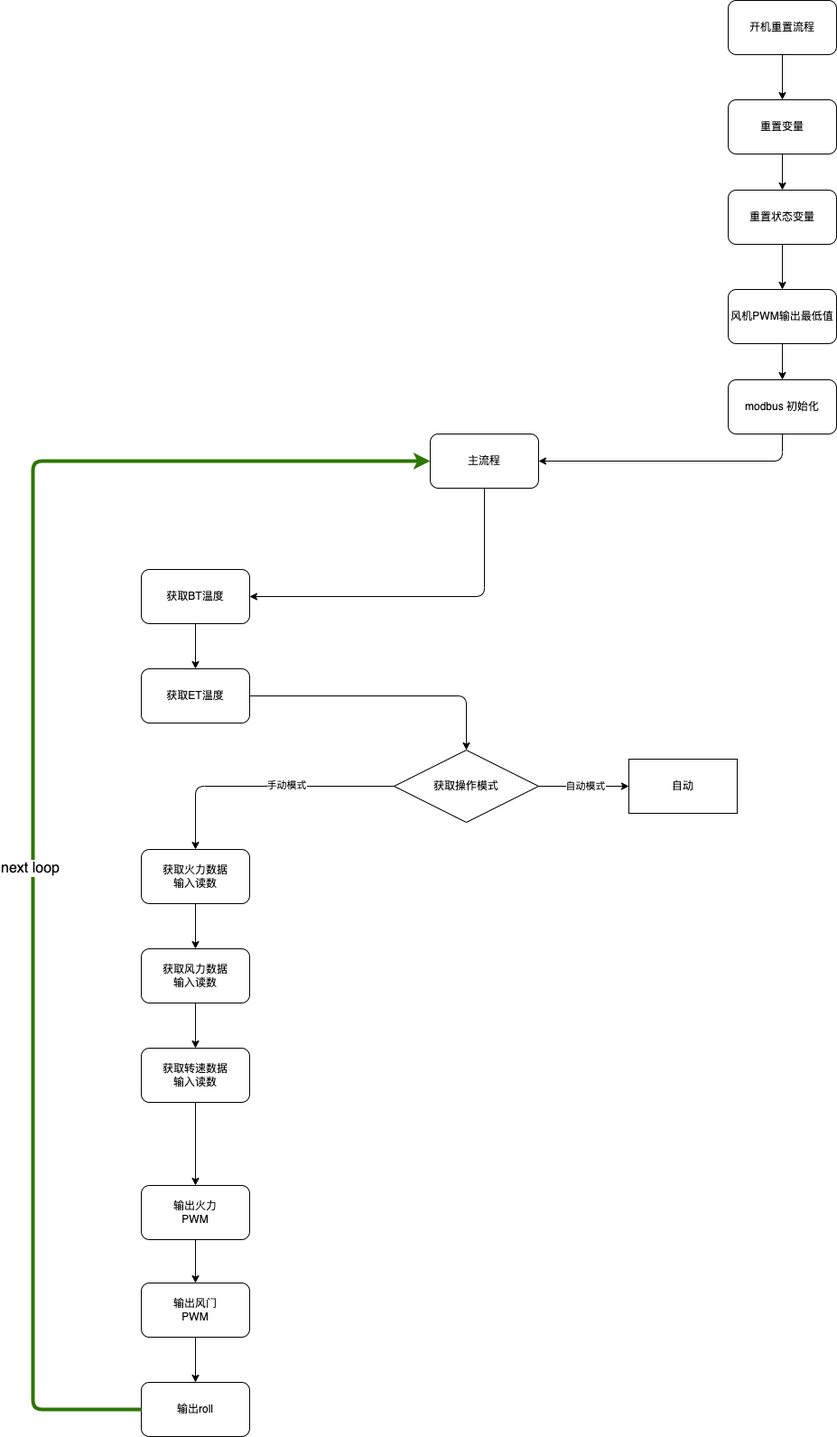
Earlier version of the draw.io export 流程图-参考资料/workfolw.drawio.png (sakunamary/Roaster_s7-200). Source tidied: cells renumbered, new cells last; positions are measured from the earlier drawing's top-left corner, leaving out a move shared by most shapes.
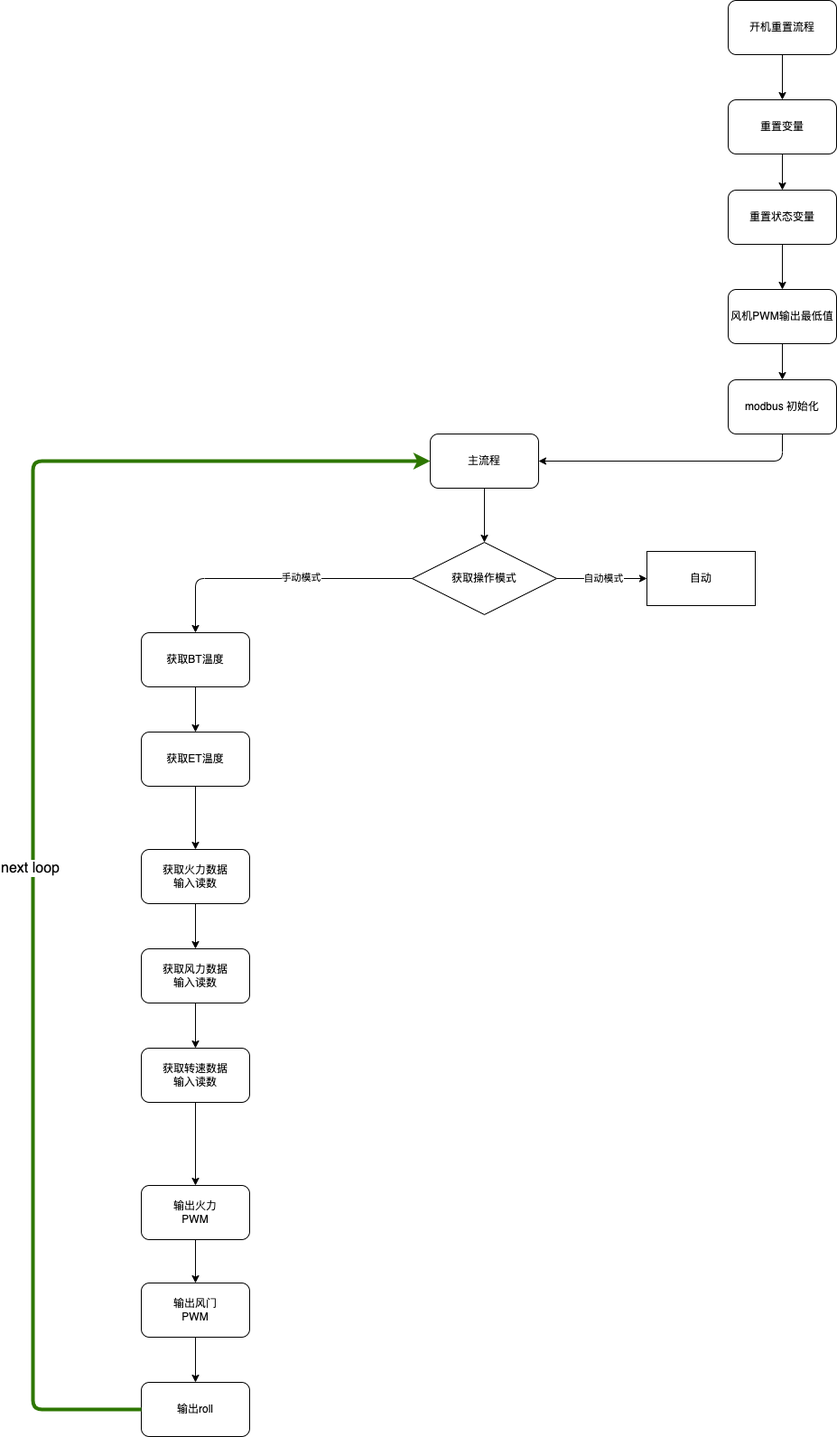
After the change.

Change to the diagram source:
```diff
@@ -31,10 +31,10 @@
       <mxGeometry x="770" y="320" width="120" height="60" as="geometry" />
     </mxCell>
     <mxCell id="10" value="获取BT温度" style="whiteSpace=wrap;html=1;rounded=1;" parent="1" vertex="1">
-      <mxGeometry x="120" y="630" width="120" height="60" as="geometry" />
+      <mxGeometry x="120" y="700" width="120" height="60" as="geometry" />
     </mxCell>
     <mxCell id="11" value="获取ET温度" style="whiteSpace=wrap;html=1;rounded=1;" parent="1" vertex="1">
-      <mxGeometry x="120" y="740" width="120" height="60" as="geometry" />
+      <mxGeometry x="120" y="810" width="120" height="60" as="geometry" />
     </mxCell>
     <mxCell id="12" style="edgeStyle=none;html=1;" parent="1" edge="1" source="13" target="26">
       <mxGeometry relative="1" as="geometry" />
@@ -42,39 +42,32 @@
     <mxCell id="13" value="获取火力数据&lt;br&gt;输入读数" style="whiteSpace=wrap;html=1;rounded=1;" parent="1" vertex="1">
       <mxGeometry x="120" y="940" width="120" height="60" as="geometry" />
     </mxCell>
-    <mxCell id="14" style="edgeStyle=none;jumpSize=10;html=1;strokeWidth=1;" parent="1" edge="1" source="16" target="36">
+    <mxCell id="14" style="edgeStyle=none;jumpSize=10;html=1;strokeWidth=1;exitX=1;exitY=0.5;exitDx=0;exitDy=0;" parent="1" edge="1" source="16" target="36">
       <mxGeometry relative="1" as="geometry" />
     </mxCell>
     <mxCell id="15" value="自动模式" style="edgeLabel;html=1;align=center;verticalAlign=middle;" parent="14" vertex="1">
       <mxGeometry x="0.02" y="1" relative="1" as="geometry" />
     </mxCell>
     <mxCell id="16" value="获取操作模式" style="rhombus;whiteSpace=wrap;html=1;" parent="1" vertex="1">
-      <mxGeometry x="400" y="830" width="160" height="80" as="geometry" />
+      <mxGeometry x="420" y="600" width="160" height="80" as="geometry" />
     </mxCell>
     <mxCell id="17" value="主流程" style="whiteSpace=wrap;html=1;rounded=1;" parent="1" vertex="1">
       <mxGeometry x="440" y="480" width="120" height="60" as="geometry" />
     </mxCell>
-    <mxCell id="18" style="endArrow=classic;html=1;exitX=0.5;exitY=1;exitDx=0;exitDy=0;entryX=1;entryY=0.5;entryDx=0;entryDy=0;" parent="1" edge="1" source="17" target="10">
+    <mxCell id="18" style="endArrow=classic;html=1;exitX=0.5;exitY=1;exitDx=0;exitDy=0;entryX=0.5;entryY=0;entryDx=0;entryDy=0;" parent="1" edge="1" source="17" target="16">
       <mxGeometry relative="1" as="geometry">
         <Array as="points">
-          <mxPoint x="500" y="660" />
+          <mxPoint x="500" y="600" />
         </Array>
       </mxGeometry>
     </mxCell>
     <mxCell id="19" style="endArrow=classic;html=1;exitX=0.5;exitY=1;exitDx=0;exitDy=0;entryX=0.5;entryY=0;entryDx=0;entryDy=0;" parent="1" edge="1" source="10" target="11">
       <mxGeometry relative="1" as="geometry" />
     </mxCell>
-    <mxCell id="20" style="endArrow=classic;html=1;exitX=1;exitY=0.5;exitDx=0;exitDy=0;entryX=0.5;entryY=0;entryDx=0;entryDy=0;" parent="1" edge="1" source="11" target="16">
-      <mxGeometry relative="1" as="geometry">
-        <Array as="points">
-          <mxPoint x="480" y="770" />
-        </Array>
-      </mxGeometry>
-    </mxCell>
-    <mxCell id="21" style="endArrow=classic;html=1;exitX=0;exitY=0.5;exitDx=0;exitDy=0;entryX=0.5;entryY=0;entryDx=0;entryDy=0;" parent="1" edge="1" source="16" target="13">
+    <mxCell id="21" style="endArrow=classic;html=1;exitX=0;exitY=0.5;exitDx=0;exitDy=0;entryX=0.5;entryY=0;entryDx=0;entryDy=0;" parent="1" edge="1" source="16" target="10">
       <mxGeometry relative="1" as="geometry">
         <Array as="points">
-          <mxPoint x="180" y="870" />
+          <mxPoint x="180" y="640" />
         </Array>
       </mxGeometry>
     </mxCell>
@@ -126,7 +119,10 @@
       <mxGeometry x="-0.11" y="4" relative="1" as="geometry" />
     </mxCell>
     <mxCell id="36" value="自动" style="whiteSpace=wrap;html=1;" parent="1" vertex="1">
-      <mxGeometry x="660" y="840" width="120" height="60" as="geometry" />
+      <mxGeometry x="680" y="610" width="120" height="60" as="geometry" />
     </mxCell>
+    <mxCell id="37" style="endArrow=classic;html=1;strokeWidth=1;fontSize=16;jumpSize=10;exitX=0.5;exitY=1;exitDx=0;exitDy=0;entryX=0.5;entryY=0;entryDx=0;entryDy=0;" parent="1" edge="1" source="11" target="13">
+      <mxGeometry relative="1" as="geometry" />
+    </mxCell>
   </root>
 </mxGraphModel>
```
